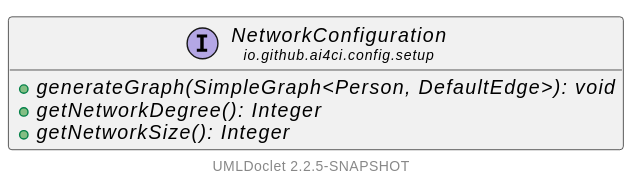
ai4ci/jpansim2 keeps this PlantUML diagram as jpansim2-core/apidocs/io/github/ai4ci/config/setup/NetworkConfiguration.svg. Above is the earlier version.
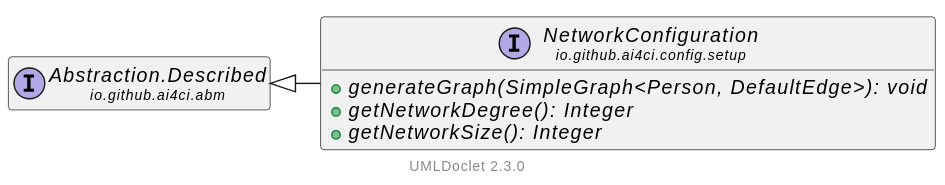
The same file after the commit.

The edit, as a diff of the source:
```diff
@@ -1,24 +1,28 @@
 @startuml
 
 
-    !pragma layout smetana
-    left to right direction
+	!pragma layout smetana
+	left to right direction
 
-    set namespaceSeparator none
-    hide empty fields
-    hide empty methods
+	set namespaceSeparator none
+	hide empty fields
+	hide empty methods
 
-    interface "<size:14>NetworkConfiguration\n<size:10>io.github.ai4ci.config.setup" as io.github.ai4ci.config.setup.NetworkConfiguration [[NetworkConfiguration.html]] {
-        {abstract} +generateGraph(SimpleGraph<Person, DefaultEdge>): void
-        {abstract} +getNetworkDegree(): Integer
-        {abstract} +getNetworkSize(): Integer
-    }
+	interface "<size:14>NetworkConfiguration\n<size:10>io.github.ai4ci.config.setup" as io.github.ai4ci.config.setup.NetworkConfiguration [[NetworkConfiguration.html]] {
+		{abstract} +generateGraph(SimpleGraph<Person, DefaultEdge>): void
+		{abstract} +getNetworkDegree(): Integer
+		{abstract} +getNetworkSize(): Integer
+	}
 
-    <style>
-        footer {
-            HyperLinkColor #8
-            HyperLinkUnderlineThickness 0
-        }
-    </style>
-    footer \n[[https://github.com/talsma-ict/umldoclet UMLDoclet 2.2.5-SNAPSHOT]]
+	interface "<size:14>Abstraction.Described\n<size:10>io.github.ai4ci.abm" as io.github.ai4ci.abm.Abstraction.Described [[../../abm/Abstraction.Described.html]]
+
+	io.github.ai4ci.abm.Abstraction.Described <|-- io.github.ai4ci.config.setup.NetworkConfiguration
+
+	<style>
+		footer {
+			HyperLinkColor #8
+			HyperLinkUnderlineThickness 0
+		}
+	</style>
+	footer \n[[https://github.com/talsma-ict/umldoclet UMLDoclet 2.3.0]]
 @enduml
```
